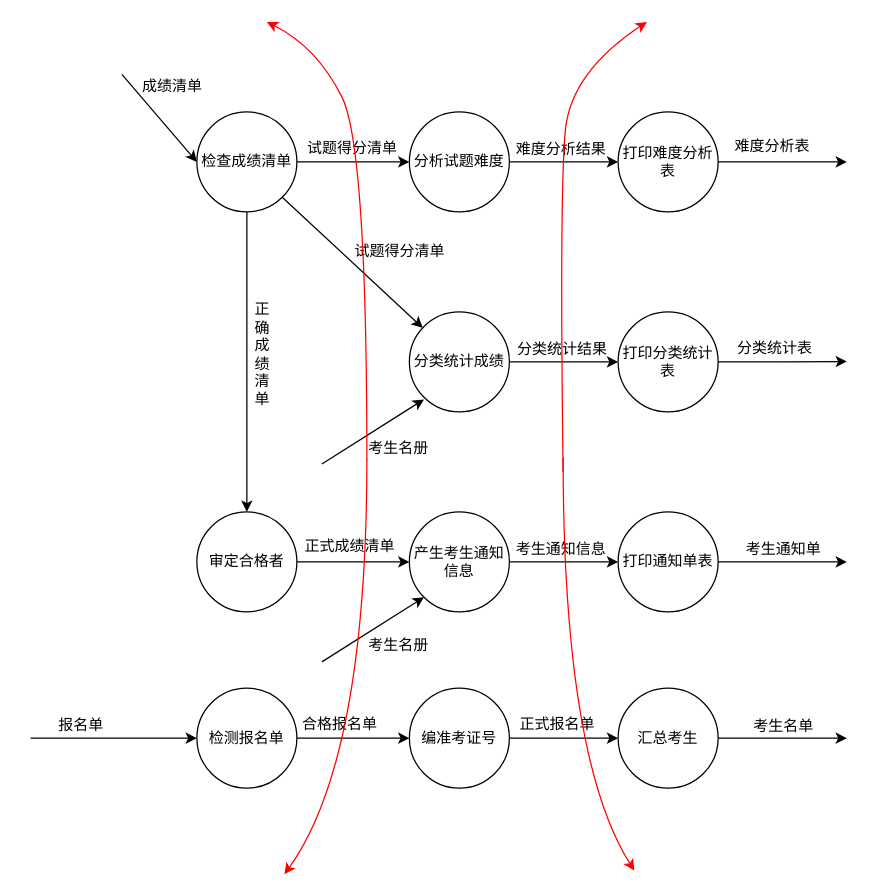
The draw.io diagram Test2.drawio in yxy235/SE, before the edit. Source tidied: cells renumbered, new cells numbered last; positions are measured from the earlier drawing's top-left corner, leaving out a move shared by most shapes. Both pictures are drawn from the tidied source at 125%, with x=0, y=0 at pixel (30, 21).
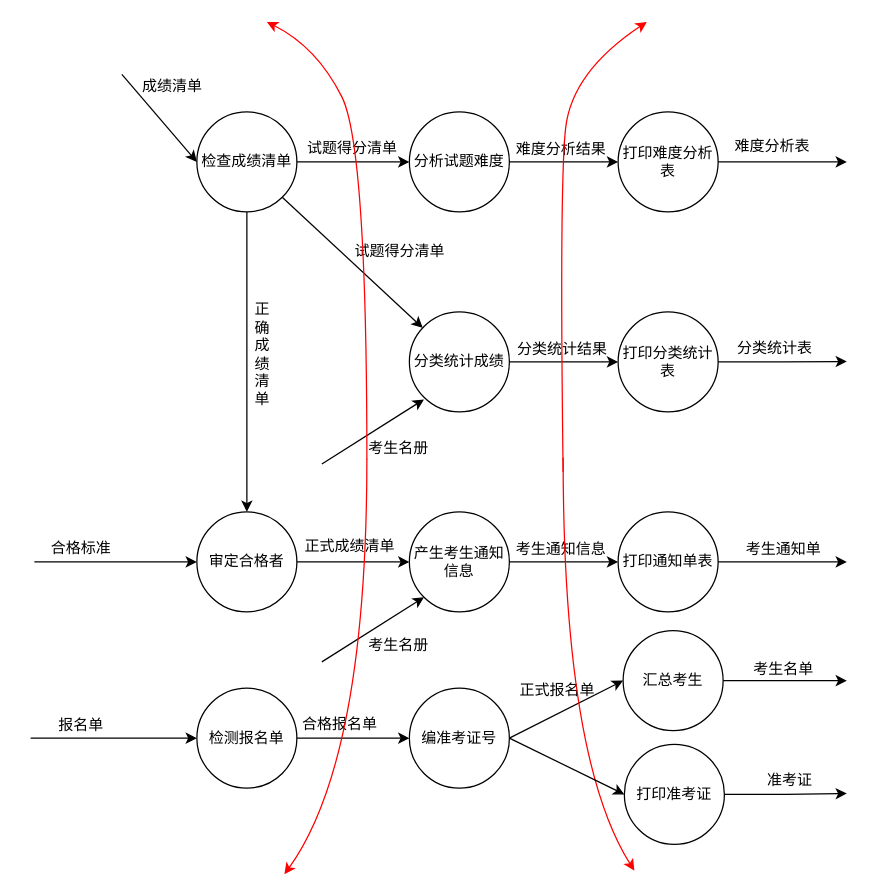
Above is the later version.

The change refers to these unchanged cells:
```xml
<mxCell id="3" value="编准考证号" style="ellipse;whiteSpace=wrap;html=1;" parent="1" vertex="1">
  <mxGeometry x="303" y="533" width="80" height="80" as="geometry" />
</mxCell>
<mxCell id="22" value="审定合格者" style="ellipse;whiteSpace=wrap;html=1;" parent="1" vertex="1">
  <mxGeometry x="133" y="392" width="80" height="80" as="geometry" />
</mxCell>
```

The edit, as a diff of the source:
```diff
@@
     <mxCell id="4" style="edgeStyle=orthogonalEdgeStyle;rounded=0;jettySize=auto;html=1;exitX=1;exitY=0.5;exitDx=0;exitDy=0;" parent="1" edge="1" source="5">
       <mxGeometry relative="1" as="geometry">
-        <mxPoint x="653" y="573" as="targetPoint" />
+        <mxPoint x="653" y="527" as="targetPoint" />
       </mxGeometry>
     </mxCell>
     <mxCell id="5" value="汇总考生" style="ellipse;whiteSpace=wrap;html=1;" parent="1" vertex="1">
-      <mxGeometry x="470" y="533" width="80" height="80" as="geometry" />
+      <mxGeometry x="474" y="487" width="80" height="80" as="geometry" />
     </mxCell>
@@
     <mxCell id="29" value="&lt;div&gt;正式报名单&lt;/div&gt;" style="text;html=1;align=center;verticalAlign=middle;strokeColor=none;fillColor=none;" parent="1" vertex="1">
-      <mxGeometry x="381" y="547" width="80" height="30" as="geometry" />
+      <mxGeometry x="381" y="520" width="80" height="30" as="geometry" />
     </mxCell>
     <mxCell id="30" value="&lt;div&gt;考生名单&lt;/div&gt;" style="text;html=1;align=center;verticalAlign=middle;strokeColor=none;fillColor=none;" parent="1" vertex="1">
-      <mxGeometry x="567" y="549" width="70" height="30" as="geometry" />
+      <mxGeometry x="567" y="503" width="70" height="30" as="geometry" />
     </mxCell>
@@
+    <mxCell id="51" style="endArrow=classic;html=1;rounded=0;entryX=0;entryY=0.5;entryDx=0;entryDy=0;" parent="1" edge="1" target="22">
+      <mxGeometry relative="1" as="geometry">
+        <mxPoint x="3" y="432" as="sourcePoint" />
+      </mxGeometry>
+    </mxCell>
+    <mxCell id="52" value="合格标准" style="text;html=1;align=center;verticalAlign=middle;strokeColor=none;fillColor=none;" parent="1" vertex="1">
+      <mxGeometry x="5" y="406" width="70" height="30" as="geometry" />
+    </mxCell>
+    <mxCell id="53" style="edgeStyle=orthogonalEdgeStyle;rounded=0;jettySize=auto;html=1;exitX=1;exitY=0.5;exitDx=0;exitDy=0;" parent="1" edge="1" source="54">
+      <mxGeometry relative="1" as="geometry">
+        <mxPoint x="653" y="617.3" as="targetPoint" />
+      </mxGeometry>
+    </mxCell>
+    <mxCell id="54" value="打印准考证" style="ellipse;whiteSpace=wrap;html=1;" parent="1" vertex="1">
+      <mxGeometry x="475" y="578" width="80" height="80" as="geometry" />
+    </mxCell>
+    <mxCell id="55" style="endArrow=classic;html=1;rounded=0;exitX=1;exitY=0.5;exitDx=0;exitDy=0;entryX=0;entryY=0.5;entryDx=0;entryDy=0;" parent="1" edge="1" source="3" target="54">
+      <mxGeometry relative="1" as="geometry" />
+    </mxCell>
+    <mxCell id="56" value="准考证" style="text;html=1;align=center;verticalAlign=middle;strokeColor=none;fillColor=none;" parent="1" vertex="1">
+      <mxGeometry x="577" y="592" width="60" height="30" as="geometry" />
+    </mxCell>
```
